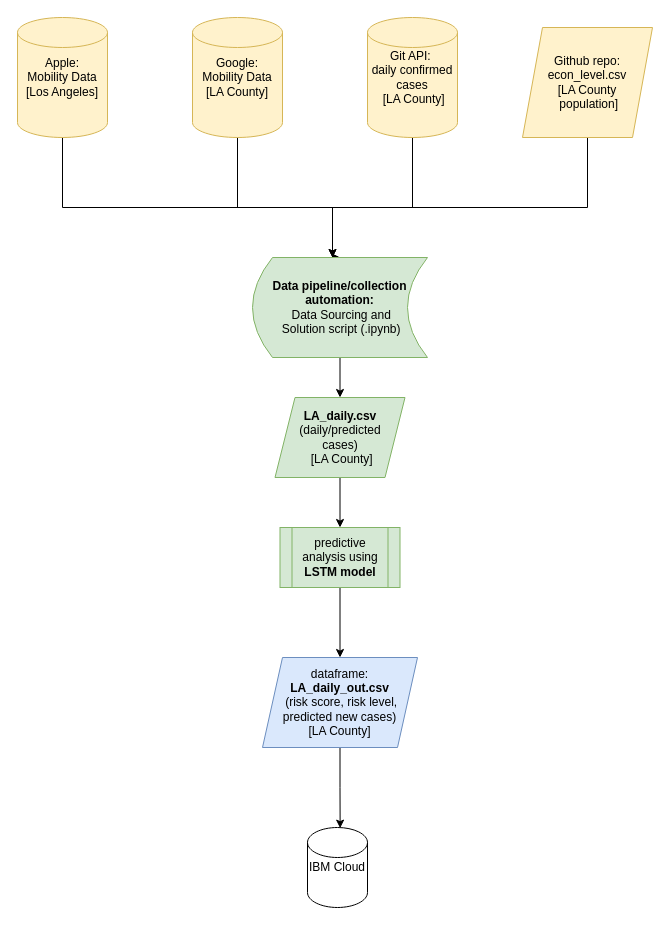
This is Risk-Score-UMich-Workflow.drawio from skasralikar/Risk-Score-1-UMichZJU, a draw.io file, before an edit. Source tidied: cells renumbered, new cells numbered last; positions are measured from the earlier drawing's top-left corner, leaving out a move shared by most shapes. Both pictures are drawn from the tidied source at 100%, with x=0, y=0 at pixel (17, 17).
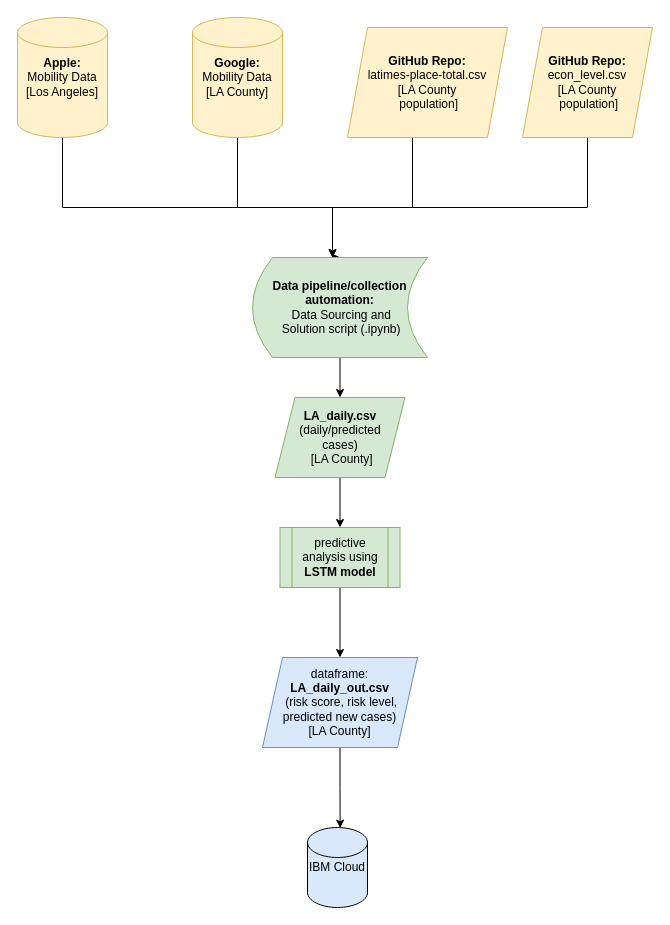
After the change.

Unchanged cells that the change refers to:
```xml
<mxCell id="9" value="&lt;span&gt;&lt;b&gt;Data pipeline/collection automation:&lt;/b&gt;&lt;br&gt;&amp;nbsp;Data Sourcing and&lt;br&gt;&amp;nbsp;Solution script (.ipynb)&lt;/span&gt;" style="shape=dataStorage;whiteSpace=wrap;html=1;fixedSize=1;fillColor=#d5e8d4;strokeColor=#82b366;" parent="1" vertex="1">
  <mxGeometry x="235" y="240" width="175" height="100" as="geometry" />
</mxCell>
```

Change to the diagram source:
```diff
@@
-    <mxCell id="2" style="edgeStyle=orthogonalEdgeStyle;rounded=0;jettySize=auto;html=1;entryX=0.5;entryY=0;entryDx=0;entryDy=0;" parent="1" edge="1" source="3" target="9">
+    <mxCell id="2" style="edgeStyle=orthogonalEdgeStyle;rounded=0;jettySize=auto;html=1;entryX=0.5;entryY=0;entryDx=0;entryDy=0;" parent="1" edge="1" target="9">
       <mxGeometry relative="1" as="geometry">
+        <mxPoint x="395" y="120" as="sourcePoint" />
         <Array as="points">
           <mxPoint x="395" y="190" />
           <mxPoint x="315" y="190" />
         </Array>
       </mxGeometry>
     </mxCell>
-    <mxCell id="3" value="&lt;div&gt;&lt;span&gt;Git API:&amp;nbsp;&lt;/span&gt;&lt;/div&gt;&lt;div&gt;&lt;span&gt;daily confirmed cases&lt;/span&gt;&lt;/div&gt;&lt;div&gt;&lt;span&gt;&amp;nbsp;[LA County]&lt;/span&gt;&lt;/div&gt;" style="shape=cylinder2;whiteSpace=wrap;html=1;boundedLbl=1;backgroundOutline=1;size=15;align=center;fillColor=#fff2cc;strokeColor=#d6b656;" parent="1" vertex="1">
-      <mxGeometry x="350" width="90" height="120" as="geometry" />
-    </mxCell>
@@
-    <mxCell id="5" value="Apple: &lt;br&gt;Mobility Data [Los Angeles]" style="shape=cylinder2;whiteSpace=wrap;html=1;boundedLbl=1;backgroundOutline=1;size=15;fillColor=#fff2cc;strokeColor=#d6b656;" parent="1" vertex="1">
+    <mxCell id="5" value="&lt;b&gt;Apple: &lt;br&gt;&lt;/b&gt;Mobility Data [Los Angeles]" style="shape=cylinder2;whiteSpace=wrap;html=1;boundedLbl=1;backgroundOutline=1;size=15;fillColor=#fff2cc;strokeColor=#d6b656;" parent="1" vertex="1">
       <mxGeometry width="90" height="120" as="geometry" />
     </mxCell>
@@
-    <mxCell id="7" value="Google:&lt;br&gt;Mobility Data [LA County]" style="shape=cylinder2;whiteSpace=wrap;html=1;boundedLbl=1;backgroundOutline=1;size=15;fillColor=#fff2cc;strokeColor=#d6b656;" parent="1" vertex="1">
+    <mxCell id="7" value="&lt;b&gt;Google:&lt;br&gt;&lt;/b&gt;Mobility Data [LA County]" style="shape=cylinder2;whiteSpace=wrap;html=1;boundedLbl=1;backgroundOutline=1;size=15;fillColor=#fff2cc;strokeColor=#d6b656;" parent="1" vertex="1">
       <mxGeometry x="175" width="90" height="120" as="geometry" />
     </mxCell>
@@
-    <mxCell id="11" value="Github repo: econ_level.csv &lt;br&gt;[LA County&lt;br&gt;&amp;nbsp;population]" style="shape=parallelogram;perimeter=parallelogramPerimeter;whiteSpace=wrap;html=1;fixedSize=1;fillColor=#fff2cc;strokeColor=#d6b656;" parent="1" vertex="1">
+    <mxCell id="11" value="&lt;b&gt;GitHub Repo:&lt;/b&gt; econ_level.csv &lt;br&gt;[LA County&lt;br&gt;&amp;nbsp;population]" style="shape=parallelogram;perimeter=parallelogramPerimeter;whiteSpace=wrap;html=1;fixedSize=1;fillColor=#fff2cc;strokeColor=#d6b656;" parent="1" vertex="1">
       <mxGeometry x="505" y="10" width="130" height="110" as="geometry" />
     </mxCell>
@@
-    <mxCell id="18" value="IBM Cloud" style="shape=cylinder2;whiteSpace=wrap;html=1;boundedLbl=1;backgroundOutline=1;size=15;" parent="1" vertex="1">
+    <mxCell id="18" value="IBM Cloud" style="shape=cylinder2;whiteSpace=wrap;html=1;boundedLbl=1;backgroundOutline=1;size=15;fillColor=#DAE8FC;" parent="1" vertex="1">
       <mxGeometry x="290" y="810" width="60" height="80" as="geometry" />
     </mxCell>
+    <mxCell id="19" value="&lt;b&gt;GitHub Repo: &lt;br&gt;&lt;/b&gt;latimes-place-total.csv &lt;br&gt;[LA County&lt;br&gt;&amp;nbsp;population]" style="shape=parallelogram;perimeter=parallelogramPerimeter;whiteSpace=wrap;html=1;fixedSize=1;fillColor=#fff2cc;strokeColor=#d6b656;" parent="1" vertex="1">
+      <mxGeometry x="330" y="10" width="160" height="110" as="geometry" />
+    </mxCell>
```
